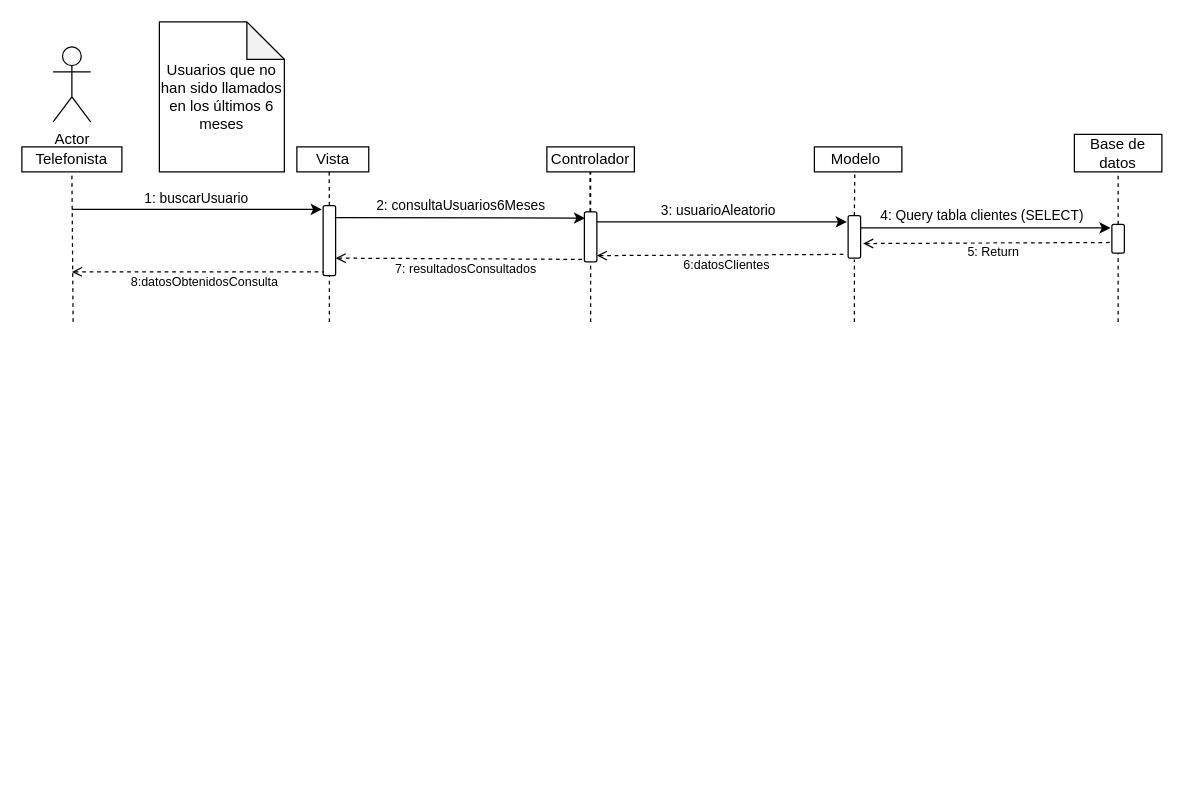
Andres-Nicolas/Diagramas keeps this draw.io diagram as pacial3.drawio. Above is the earlier version. Source tidied: cells renumbered, new cells numbered last; positions are measured from the earlier drawing's top-left corner, leaving out a move shared by most shapes. Both pictures are drawn from the tidied source at 125%, with x=0, y=0 at pixel (21, 21).
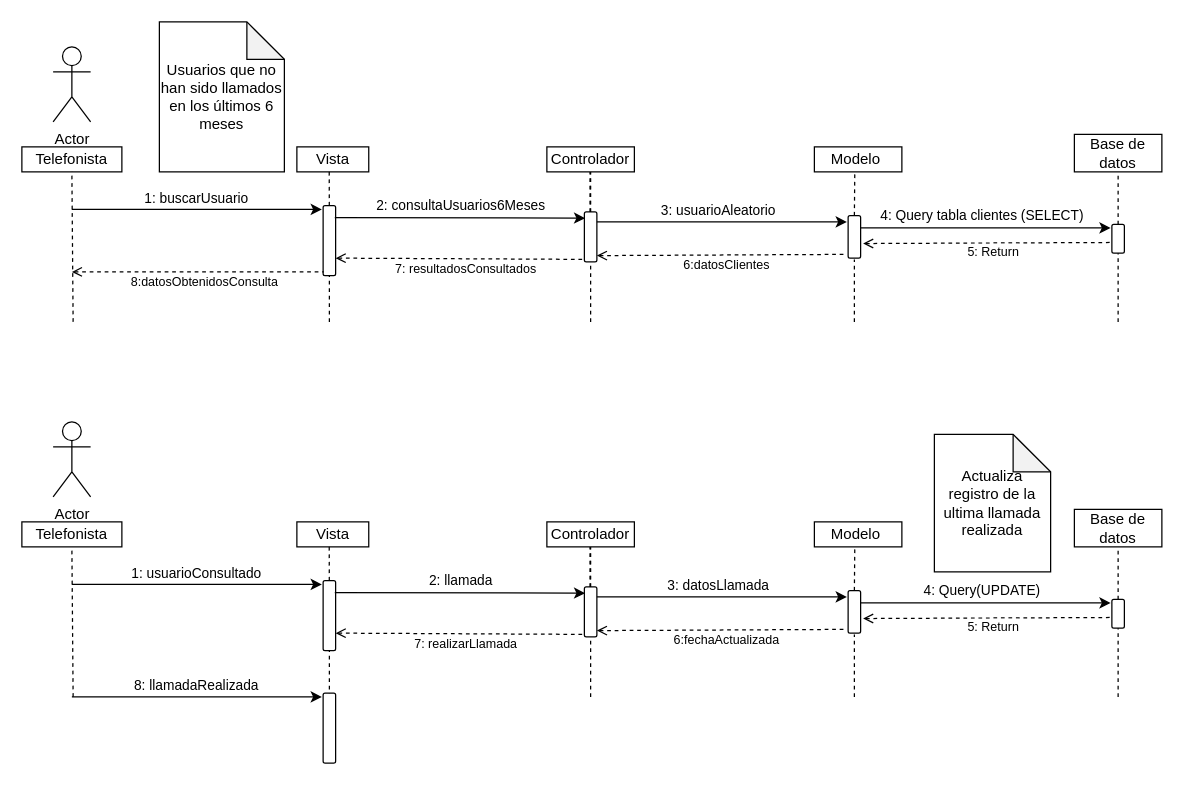
The same page after the edit.

Change to the diagram source:
```diff
@@
+    <mxCell id="39" value="Telefonista" style="rounded=0;whiteSpace=wrap;html=1;" parent="1" vertex="1">
+      <mxGeometry y="400" width="80" height="20" as="geometry" />
+    </mxCell>
+    <mxCell id="40" style="endArrow=none;dashed=1;html=1;rounded=0;entryX=0.5;entryY=1;entryDx=0;entryDy=0;entryPerimeter=0;" parent="1" edge="1" target="39">
+      <mxGeometry relative="1" as="geometry">
+        <mxPoint x="41" y="540" as="sourcePoint" />
+      </mxGeometry>
+    </mxCell>
+    <mxCell id="41" value="Actor" style="shape=umlActor;verticalLabelPosition=bottom;verticalAlign=top;html=1;" parent="1" vertex="1">
+      <mxGeometry x="25" y="320" width="30" height="60" as="geometry" />
+    </mxCell>
+    <mxCell id="42" value="Vista" style="rounded=0;whiteSpace=wrap;html=1;" parent="1" vertex="1">
+      <mxGeometry x="220" y="400" width="57.5" height="20" as="geometry" />
+    </mxCell>
+    <mxCell id="43" style="endArrow=none;dashed=1;html=1;rounded=0;entryX=0.45;entryY=1;entryDx=0;entryDy=0;entryPerimeter=0;" parent="1" edge="1" source="47" target="42">
+      <mxGeometry relative="1" as="geometry" />
+    </mxCell>
+    <mxCell id="44" style="endArrow=classic;html=1;rounded=0;" parent="1" edge="1">
+      <mxGeometry relative="1" as="geometry">
+        <mxPoint x="40" y="450" as="sourcePoint" />
+        <mxPoint x="240" y="450" as="targetPoint" />
+      </mxGeometry>
+    </mxCell>
+    <mxCell id="45" value="1: usuarioConsultado&amp;nbsp;" style="edgeLabel;html=1;align=center;verticalAlign=middle;" parent="44" vertex="1">
+      <mxGeometry x="-0.4" y="1" relative="1" as="geometry">
+        <mxPoint x="40" y="-9" as="offset" />
+      </mxGeometry>
+    </mxCell>
+    <mxCell id="46" style="endArrow=none;dashed=1;html=1;rounded=0;entryX=1;entryY=0.5;entryDx=0;entryDy=0;" parent="1" edge="1" target="47">
+      <mxGeometry relative="1" as="geometry">
+        <mxPoint x="246" y="540" as="sourcePoint" />
+      </mxGeometry>
+    </mxCell>
+    <mxCell id="47" style="rounded=1;whiteSpace=wrap;html=1;rotation=90;" parent="1" vertex="1">
+      <mxGeometry x="218" y="470" width="56" height="10" as="geometry" />
+    </mxCell>
+    <mxCell id="48" value="Controlador" style="rounded=0;whiteSpace=wrap;html=1;" parent="1" vertex="1">
+      <mxGeometry x="420" y="400" width="70" height="20" as="geometry" />
+    </mxCell>
+    <mxCell id="49" style="endArrow=none;dashed=1;html=1;rounded=0;startSize=6;entryX=0.5;entryY=1;entryDx=0;entryDy=0;" parent="1" edge="1" source="53" target="48">
+      <mxGeometry relative="1" as="geometry" />
+    </mxCell>
+    <mxCell id="50" style="endArrow=classic;html=1;rounded=0;entryX=0.125;entryY=0.933;entryDx=0;entryDy=0;entryPerimeter=0;exitX=0.17;exitY=0.067;exitDx=0;exitDy=0;exitPerimeter=0;" parent="1" edge="1" source="47" target="53">
+      <mxGeometry relative="1" as="geometry" />
+    </mxCell>
+    <mxCell id="51" value="2: llamada" style="edgeLabel;html=1;align=center;verticalAlign=middle;" parent="50" vertex="1">
+      <mxGeometry x="-0.4" y="1" relative="1" as="geometry">
+        <mxPoint x="40" y="-9" as="offset" />
+      </mxGeometry>
+    </mxCell>
+    <mxCell id="52" style="endArrow=none;dashed=1;html=1;rounded=0;startSize=6;entryX=1;entryY=0.5;entryDx=0;entryDy=0;" parent="1" edge="1" target="53">
+      <mxGeometry relative="1" as="geometry">
+        <mxPoint x="455" y="540" as="sourcePoint" />
+      </mxGeometry>
+    </mxCell>
+    <mxCell id="53" style="rounded=1;whiteSpace=wrap;html=1;rotation=90;" parent="1" vertex="1">
+      <mxGeometry x="435" y="467" width="40" height="10" as="geometry" />
+    </mxCell>
+    <mxCell id="54" style="endArrow=none;dashed=1;html=1;rounded=0;startArrow=open;startFill=0;exitX=0.75;exitY=0;exitDx=0;exitDy=0;" parent="1" edge="1" source="47">
+      <mxGeometry relative="1" as="geometry">
+        <mxPoint x="450" y="490" as="targetPoint" />
+      </mxGeometry>
+    </mxCell>
+    <mxCell id="55" value="&lt;font style=&quot;font-size: 10px;&quot;&gt;7: realizarLlamada&lt;/font&gt;" style="edgeLabel;html=1;align=center;verticalAlign=middle;" parent="54" vertex="1">
+      <mxGeometry x="0.14" y="-3" relative="1" as="geometry">
+        <mxPoint x="-9" y="4" as="offset" />
+      </mxGeometry>
+    </mxCell>
+    <mxCell id="56" style="endArrow=none;dashed=1;html=1;rounded=0;startSize=6;entryX=0.5;entryY=1;entryDx=0;entryDy=0;" parent="1" edge="1">
+      <mxGeometry relative="1" as="geometry">
+        <mxPoint x="454.5" y="452" as="sourcePoint" />
+        <mxPoint x="454.5" y="420" as="targetPoint" />
+      </mxGeometry>
+    </mxCell>
+    <mxCell id="57" value="Modelo&amp;nbsp;" style="rounded=0;whiteSpace=wrap;html=1;" parent="1" vertex="1">
+      <mxGeometry x="634" y="400" width="70" height="20" as="geometry" />
+    </mxCell>
+    <mxCell id="58" style="endArrow=none;dashed=1;html=1;rounded=0;startSize=6;entryX=0.462;entryY=1;entryDx=0;entryDy=0;entryPerimeter=0;exitX=0;exitY=0.5;exitDx=0;exitDy=0;" parent="1" edge="1" source="63" target="57">
+      <mxGeometry relative="1" as="geometry" />
+    </mxCell>
+    <mxCell id="59" value="Base de datos" style="rounded=0;whiteSpace=wrap;html=1;" parent="1" vertex="1">
+      <mxGeometry x="842" y="390" width="70" height="30" as="geometry" />
+    </mxCell>
+    <mxCell id="60" style="endArrow=none;dashed=1;html=1;rounded=0;startSize=6;entryX=0.5;entryY=1;entryDx=0;entryDy=0;exitX=0;exitY=0.5;exitDx=0;exitDy=0;" parent="1" edge="1" source="66" target="59">
+      <mxGeometry relative="1" as="geometry" />
+    </mxCell>
+    <mxCell id="61" style="endArrow=classic;html=1;rounded=0;" parent="1" edge="1">
+      <mxGeometry relative="1" as="geometry">
+        <mxPoint x="460" y="460" as="sourcePoint" />
+        <mxPoint x="660" y="460" as="targetPoint" />
+      </mxGeometry>
+    </mxCell>
+    <mxCell id="62" value="3: datosLlamada" style="edgeLabel;html=1;align=center;verticalAlign=middle;" parent="61" vertex="1">
+      <mxGeometry x="-0.4" y="1" relative="1" as="geometry">
+        <mxPoint x="36" y="-9" as="offset" />
+      </mxGeometry>
+    </mxCell>
+    <mxCell id="63" style="rounded=1;whiteSpace=wrap;html=1;rotation=90;" parent="1" vertex="1">
+      <mxGeometry x="649" y="467" width="34" height="10" as="geometry" />
+    </mxCell>
+    <mxCell id="64" style="endArrow=classic;html=1;rounded=0;" parent="1" edge="1">
+      <mxGeometry relative="1" as="geometry">
+        <mxPoint x="671" y="464.8" as="sourcePoint" />
+        <mxPoint x="871" y="464.8" as="targetPoint" />
+      </mxGeometry>
+    </mxCell>
+    <mxCell id="65" value="4: Query(UPDATE)" style="edgeLabel;html=1;align=center;verticalAlign=middle;" parent="64" vertex="1">
+      <mxGeometry x="-0.4" y="1" relative="1" as="geometry">
+        <mxPoint x="36" y="-9" as="offset" />
+      </mxGeometry>
+    </mxCell>
+    <mxCell id="66" style="rounded=1;whiteSpace=wrap;html=1;rotation=90;" parent="1" vertex="1">
+      <mxGeometry x="865.5" y="468.5" width="23" height="10" as="geometry" />
+    </mxCell>
+    <mxCell id="67" style="endArrow=none;dashed=1;html=1;rounded=0;startArrow=open;startFill=0;entryX=0.63;entryY=1.012;entryDx=0;entryDy=0;entryPerimeter=0;exitX=0.657;exitY=-0.2;exitDx=0;exitDy=0;exitPerimeter=0;" parent="1" edge="1" source="63" target="66">
+      <mxGeometry relative="1" as="geometry" />
+    </mxCell>
+    <mxCell id="68" value="&lt;font style=&quot;font-size: 10px;&quot;&gt;5: Return&lt;/font&gt;" style="edgeLabel;html=1;align=center;verticalAlign=middle;" parent="67" vertex="1">
+      <mxGeometry x="0.14" y="-2" relative="1" as="geometry">
+        <mxPoint x="-10" y="5" as="offset" />
+      </mxGeometry>
+    </mxCell>
+    <mxCell id="69" style="endArrow=none;dashed=1;html=1;rounded=0;startArrow=open;startFill=0;exitX=0.657;exitY=-0.2;exitDx=0;exitDy=0;exitPerimeter=0;" parent="1" edge="1">
+      <mxGeometry relative="1" as="geometry">
+        <mxPoint x="460" y="487" as="sourcePoint" />
+        <mxPoint x="660" y="486" as="targetPoint" />
+      </mxGeometry>
+    </mxCell>
+    <mxCell id="70" value="&lt;font style=&quot;font-size: 10px;&quot;&gt;6:fechaActualizada&amp;nbsp;&lt;/font&gt;" style="edgeLabel;html=1;align=center;verticalAlign=middle;" parent="69" vertex="1">
+      <mxGeometry x="0.14" y="-2" relative="1" as="geometry">
+        <mxPoint x="-10" y="5" as="offset" />
+      </mxGeometry>
+    </mxCell>
+    <mxCell id="71" style="endArrow=none;dashed=1;html=1;rounded=0;startSize=6;" parent="1" edge="1">
+      <mxGeometry relative="1" as="geometry">
+        <mxPoint x="666" y="540" as="sourcePoint" />
+        <mxPoint x="666" y="490" as="targetPoint" />
+      </mxGeometry>
+    </mxCell>
+    <mxCell id="72" style="endArrow=none;dashed=1;html=1;rounded=0;startSize=6;entryX=1;entryY=0.5;entryDx=0;entryDy=0;" parent="1" edge="1" target="66">
+      <mxGeometry relative="1" as="geometry">
+        <mxPoint x="877" y="540" as="sourcePoint" />
+      </mxGeometry>
+    </mxCell>
+    <mxCell id="73" value="Actualiza registro de la ultima llamada realizada" style="shape=note;whiteSpace=wrap;html=1;backgroundOutline=1;darkOpacity=0.05;" parent="1" vertex="1">
+      <mxGeometry x="730" y="330" width="93" height="110" as="geometry" />
+    </mxCell>
+    <mxCell id="74" style="endArrow=classic;html=1;rounded=0;" parent="1" edge="1">
+      <mxGeometry relative="1" as="geometry">
+        <mxPoint x="40" y="540" as="sourcePoint" />
+        <mxPoint x="240" y="540" as="targetPoint" />
+      </mxGeometry>
+    </mxCell>
+    <mxCell id="75" value="8: llamadaRealizada&amp;nbsp;" style="edgeLabel;html=1;align=center;verticalAlign=middle;" parent="74" vertex="1">
+      <mxGeometry x="-0.4" y="1" relative="1" as="geometry">
+        <mxPoint x="40" y="-9" as="offset" />
+      </mxGeometry>
+    </mxCell>
+    <mxCell id="76" style="rounded=1;whiteSpace=wrap;html=1;rotation=90;" parent="1" vertex="1">
+      <mxGeometry x="218" y="560" width="56" height="10" as="geometry" />
+    </mxCell>
```
